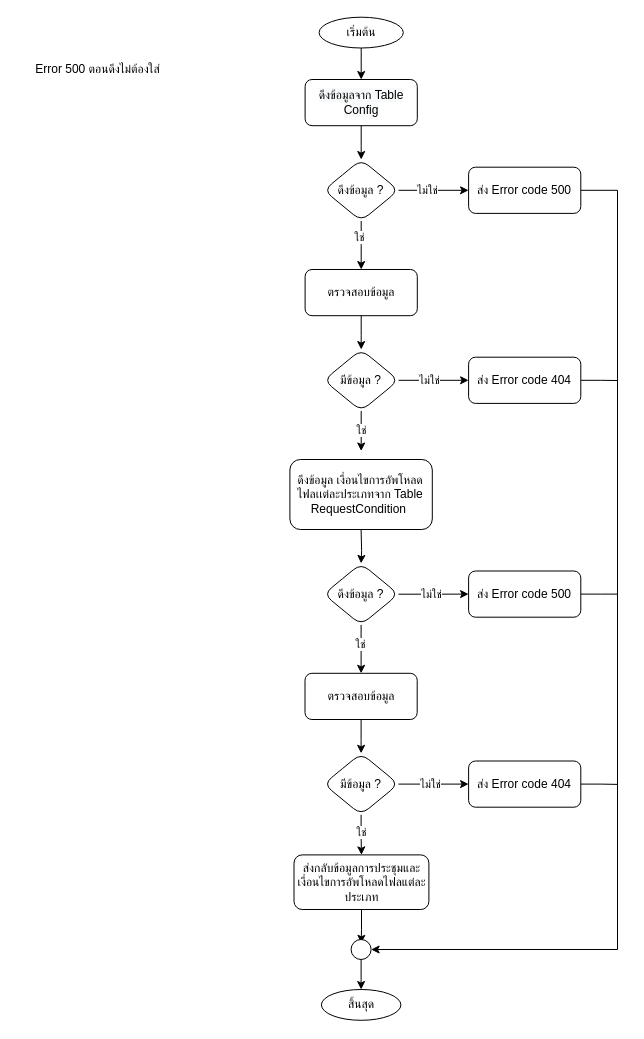
charifrodmanee/charifrodmanee keeps this draw.io diagram as meetingInfo.drawio. Above is the earlier version. Source tidied: cells renumbered, new cells numbered last; positions are measured from the earlier drawing's top-left corner, leaving out a move shared by most shapes. Both pictures are drawn from the tidied source at 100%, with x=0, y=0 at pixel (17, 17).
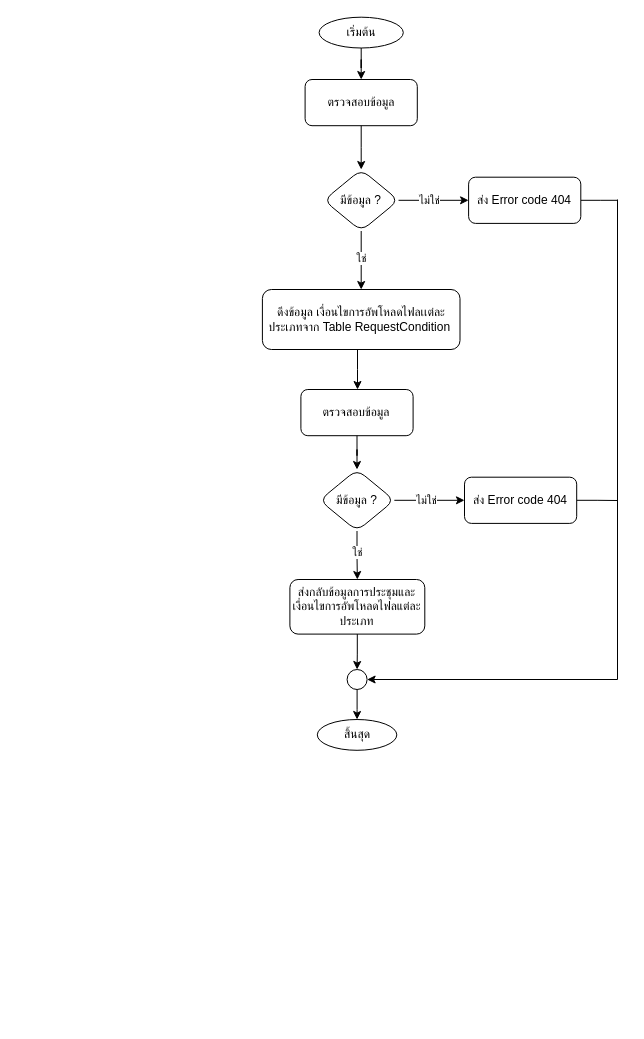
After the change.

Unchanged cells that the change refers to:
```xml
<mxCell id="2" value="เริ่มต้น" style="ellipse;whiteSpace=wrap;html=1;rounded=1;glass=0;strokeWidth=1;shadow=0;" parent="1" vertex="1">
  <mxGeometry x="301.6" y="-0.3" width="84.2" height="30.8" as="geometry" />
</mxCell>
```

Diff of the diagram source:
```diff
@@
+    <mxCell id="45" style="edgeStyle=orthogonalEdgeStyle;rounded=0;jettySize=auto;html=1;endArrow=classic;endFill=1;" parent="1" edge="1" source="2" target="6">
+      <mxGeometry relative="1" as="geometry" />
+    </mxCell>
@@
-    <mxCell id="3" value="&lt;span style=&quot;color: rgb(0, 0, 0); font-family: Helvetica; font-size: 12px; font-style: normal; font-variant-ligatures: normal; font-variant-caps: normal; font-weight: 400; letter-spacing: normal; orphans: 2; text-align: center; text-indent: 0px; text-transform: none; widows: 2; word-spacing: 0px; -webkit-text-stroke-width: 0px; background-color: rgb(248, 249, 250); text-decoration-thickness: initial; text-decoration-style: initial; text-decoration-color: initial; float: none; display: inline !important;&quot;&gt;ดึงข้อมูลจาก Table&lt;/span&gt;&lt;br style=&quot;color: rgb(0, 0, 0); font-family: Helvetica; font-size: 12px; font-style: normal; font-variant-ligatures: normal; font-variant-caps: normal; font-weight: 400; letter-spacing: normal; orphans: 2; text-align: center; text-indent: 0px; text-transform: none; widows: 2; word-spacing: 0px; -webkit-text-stroke-width: 0px; background-color: rgb(248, 249, 250); text-decoration-thickness: initial; text-decoration-style: initial; text-decoration-color: initial;&quot;&gt;&lt;span style=&quot;color: rgb(0, 0, 0); font-family: Helvetica; font-size: 12px; font-style: normal; font-variant-ligatures: normal; font-variant-caps: normal; font-weight: 400; letter-spacing: normal; orphans: 2; text-align: center; text-indent: 0px; text-transform: none; widows: 2; word-spacing: 0px; -webkit-text-stroke-width: 0px; background-color: rgb(248, 249, 250); text-decoration-thickness: initial; text-decoration-style: initial; text-decoration-color: initial; float: none; display: inline !important;&quot;&gt;Config&lt;/span&gt;" style="rounded=1;whiteSpace=wrap;html=1;" parent="1" vertex="1">
-      <mxGeometry x="287.6" y="62" width="112.2" height="46.2" as="geometry" />
-    </mxCell>
-    <mxCell id="4" style="edgeStyle=orthogonalEdgeStyle;rounded=0;jettySize=auto;html=1;entryX=0.5;entryY=0;entryDx=0;entryDy=0;" parent="1" edge="1" source="2" target="3">
-      <mxGeometry relative="1" as="geometry" />
-    </mxCell>
-    <mxCell id="5" value="ส่ง Error code 500" style="whiteSpace=wrap;html=1;rounded=1;" parent="1" vertex="1">
-      <mxGeometry x="451.1" y="149.7" width="112.2" height="46.2" as="geometry" />
-    </mxCell>
+    <mxCell id="20" style="edgeStyle=orthogonalEdgeStyle;rounded=0;jettySize=auto;html=1;endArrow=classic;endFill=1;entryX=0.5;entryY=0;entryDx=0;entryDy=0;" parent="1" edge="1" target="41">
+      <mxGeometry relative="1" as="geometry">
+        <mxPoint x="600" y="182" as="sourcePoint" />
+        <Array as="points">
+          <mxPoint x="600" y="662" />
+        </Array>
+      </mxGeometry>
+    </mxCell>
     <mxCell id="6" value="ตรวจสอบข้อมูล" style="whiteSpace=wrap;html=1;rounded=1;" parent="1" vertex="1">
-      <mxGeometry x="287.6" y="252" width="112.2" height="46.2" as="geometry" />
+      <mxGeometry x="287.6" y="62" width="112.2" height="46.2" as="geometry" />
     </mxCell>
-    <mxCell id="7" style="edgeStyle=orthogonalEdgeStyle;rounded=0;jettySize=auto;html=1;entryX=0;entryY=0.5;entryDx=0;entryDy=0;endArrow=classic;endFill=1;" parent="1" edge="1" source="11" target="5">
-      <mxGeometry relative="1" as="geometry" />
-    </mxCell>
-    <mxCell id="8" value="ไม่ใช่" style="edgeLabel;html=1;align=center;verticalAlign=middle;" parent="7" vertex="1">
-      <mxGeometry x="-0.2" relative="1" as="geometry" />
-    </mxCell>
-    <mxCell id="9" style="edgeStyle=orthogonalEdgeStyle;rounded=0;jettySize=auto;html=1;endArrow=classic;endFill=1;" parent="1" edge="1" source="11" target="6">
-      <mxGeometry relative="1" as="geometry" />
-    </mxCell>
-    <mxCell id="10" value="ใช่" style="edgeLabel;html=1;align=center;verticalAlign=middle;" parent="9" vertex="1">
-      <mxGeometry x="-0.36" y="-2" relative="1" as="geometry" />
-    </mxCell>
-    <mxCell id="11" value="ดึงข้อมูล ?" style="rhombus;whiteSpace=wrap;html=1;rounded=1;" parent="1" vertex="1">
-      <mxGeometry x="306.3" y="142" width="74.8" height="61.5" as="geometry" />
-    </mxCell>
-    <mxCell id="12" style="edgeStyle=orthogonalEdgeStyle;rounded=0;jettySize=auto;html=1;endArrow=classic;endFill=1;" parent="1" edge="1" source="3" target="11">
-      <mxGeometry relative="1" as="geometry" />
-    </mxCell>
+    <mxCell id="15" value="มีข้อมูล ?" style="rhombus;whiteSpace=wrap;html=1;rounded=1;" parent="1" vertex="1">
+      <mxGeometry x="306.3" y="152" width="74.8" height="61.5" as="geometry" />
+    </mxCell>
+    <mxCell id="16" style="edgeStyle=orthogonalEdgeStyle;rounded=0;jettySize=auto;html=1;endArrow=classic;endFill=1;" parent="1" edge="1" source="6" target="15">
+      <mxGeometry relative="1" as="geometry" />
+    </mxCell>
+    <mxCell id="46" style="edgeStyle=orthogonalEdgeStyle;rounded=0;jettySize=auto;html=1;endArrow=none;endFill=0;" parent="1" edge="1" source="18">
+      <mxGeometry relative="1" as="geometry">
+        <mxPoint x="600" y="182.8" as="targetPoint" />
+      </mxGeometry>
+    </mxCell>
+    <mxCell id="18" value="ส่ง Error code 404" style="whiteSpace=wrap;html=1;rounded=1;" parent="1" vertex="1">
+      <mxGeometry x="451.1" y="159.7" width="112.2" height="46.2" as="geometry" />
+    </mxCell>
@@
-    <mxCell id="15" value="มีข้อมูล ?" style="rhombus;whiteSpace=wrap;html=1;rounded=1;" parent="1" vertex="1">
-      <mxGeometry x="306.3" y="332" width="74.8" height="61.5" as="geometry" />
-    </mxCell>
-    <mxCell id="16" style="edgeStyle=orthogonalEdgeStyle;rounded=0;jettySize=auto;html=1;endArrow=classic;endFill=1;" parent="1" edge="1" source="6" target="15">
-      <mxGeometry relative="1" as="geometry" />
-    </mxCell>
-    <mxCell id="17" style="edgeStyle=orthogonalEdgeStyle;rounded=0;jettySize=auto;html=1;endArrow=none;endFill=0;" parent="1" edge="1" source="18">
-      <mxGeometry relative="1" as="geometry">
-        <mxPoint x="600" y="363" as="targetPoint" />
-      </mxGeometry>
-    </mxCell>
-    <mxCell id="18" value="ส่ง Error code 404" style="whiteSpace=wrap;html=1;rounded=1;" parent="1" vertex="1">
-      <mxGeometry x="451.1" y="339.7" width="112.2" height="46.2" as="geometry" />
-    </mxCell>
-    <mxCell id="19" value="ใช่" style="edgeStyle=orthogonalEdgeStyle;rounded=0;jettySize=auto;html=1;endArrow=classic;endFill=1;entryX=0.5;entryY=0;entryDx=0;entryDy=0;" parent="1" edge="1" source="15">
-      <mxGeometry x="-0.08" relative="1" as="geometry">
-        <mxPoint x="343.7" y="433.5" as="targetPoint" />
-      </mxGeometry>
+    <mxCell id="19" value="ใช่" style="edgeStyle=orthogonalEdgeStyle;rounded=0;jettySize=auto;html=1;endArrow=classic;endFill=1;" parent="1" edge="1" source="15" target="21">
+      <mxGeometry x="-0.08" relative="1" as="geometry" />
     </mxCell>
-    <mxCell id="20" style="edgeStyle=orthogonalEdgeStyle;rounded=0;jettySize=auto;html=1;endArrow=classic;endFill=1;" parent="1" edge="1" source="5" target="41">
-      <mxGeometry relative="1" as="geometry">
-        <Array as="points">
-          <mxPoint x="600" y="173" />
-          <mxPoint x="600" y="932" />
-        </Array>
-      </mxGeometry>
-    </mxCell>
+    <mxCell id="47" style="edgeStyle=orthogonalEdgeStyle;rounded=0;jettySize=auto;html=1;endArrow=classic;endFill=1;" parent="1" edge="1" source="21" target="24">
+      <mxGeometry relative="1" as="geometry">
+        <Array as="points">
+          <mxPoint x="340" y="352" />
+          <mxPoint x="340" y="352" />
+        </Array>
+      </mxGeometry>
+    </mxCell>
-    <mxCell id="21" value="ดึงข้อมูล เงื่อนไขการอัพโหลดไฟลเเต่ละประเภทจาก Table&lt;br&gt;RequestCondition&amp;nbsp;" style="whiteSpace=wrap;html=1;rounded=1;" parent="1" vertex="1">
-      <mxGeometry x="272.4" y="442" width="142.4" height="70" as="geometry" />
+    <mxCell id="21" value="ดึงข้อมูล เงื่อนไขการอัพโหลดไฟลเเต่ละประเภทจาก Table RequestCondition&amp;nbsp;" style="whiteSpace=wrap;html=1;rounded=1;" parent="1" vertex="1">
+      <mxGeometry x="244.9" y="272" width="197.6" height="60" as="geometry" />
     </mxCell>
-    <mxCell id="22" style="edgeStyle=orthogonalEdgeStyle;rounded=0;jettySize=auto;html=1;endArrow=none;endFill=0;" parent="1" edge="1" source="23">
-      <mxGeometry relative="1" as="geometry">
-        <mxPoint x="600" y="576.6" as="targetPoint" />
-      </mxGeometry>
-    </mxCell>
-    <mxCell id="23" value="ส่ง Error code 500" style="whiteSpace=wrap;html=1;rounded=1;" parent="1" vertex="1">
-      <mxGeometry x="451.1" y="553.5" width="112.2" height="46.2" as="geometry" />
-    </mxCell>
     <mxCell id="24" value="ตรวจสอบข้อมูล" style="whiteSpace=wrap;html=1;rounded=1;" parent="1" vertex="1">
-      <mxGeometry x="287.5" y="655.8" width="112.2" height="46.2" as="geometry" />
+      <mxGeometry x="283.4" y="372" width="112.2" height="46.2" as="geometry" />
     </mxCell>
-    <mxCell id="25" style="edgeStyle=orthogonalEdgeStyle;rounded=0;jettySize=auto;html=1;entryX=0;entryY=0.5;entryDx=0;entryDy=0;endArrow=classic;endFill=1;" parent="1" edge="1" source="29" target="23">
-      <mxGeometry relative="1" as="geometry" />
-    </mxCell>
-    <mxCell id="26" value="ไม่ใช่" style="edgeLabel;html=1;align=center;verticalAlign=middle;" parent="25" vertex="1">
-      <mxGeometry x="-0.06" relative="1" as="geometry" />
-    </mxCell>
-    <mxCell id="27" style="edgeStyle=orthogonalEdgeStyle;rounded=0;jettySize=auto;html=1;endArrow=classic;endFill=1;" parent="1" edge="1" source="29" target="24">
-      <mxGeometry relative="1" as="geometry" />
-    </mxCell>
-    <mxCell id="28" value="ใช่" style="edgeLabel;html=1;align=center;verticalAlign=middle;" parent="27" vertex="1">
-      <mxGeometry x="-0.21" y="-1" relative="1" as="geometry" />
-    </mxCell>
-    <mxCell id="29" value="ดึงข้อมูล ?" style="rhombus;whiteSpace=wrap;html=1;rounded=1;" parent="1" vertex="1">
-      <mxGeometry x="306.2" y="545.9" width="74.8" height="61.5" as="geometry" />
-    </mxCell>
-    <mxCell id="30" style="edgeStyle=orthogonalEdgeStyle;rounded=0;jettySize=auto;html=1;endArrow=classic;endFill=1;" parent="1" edge="1" target="29">
-      <mxGeometry relative="1" as="geometry">
-        <mxPoint x="343.6" y="512" as="sourcePoint" />
-      </mxGeometry>
-    </mxCell>
     <mxCell id="31" value="มีข้อมูล ?" style="rhombus;whiteSpace=wrap;html=1;rounded=1;" parent="1" vertex="1">
-      <mxGeometry x="306.2" y="735.8" width="74.8" height="61.5" as="geometry" />
+      <mxGeometry x="302.1" y="452" width="74.8" height="61.5" as="geometry" />
     </mxCell>
@@
     <mxCell id="33" style="edgeStyle=orthogonalEdgeStyle;rounded=0;jettySize=auto;html=1;endArrow=none;endFill=0;" parent="1" edge="1" source="34">
       <mxGeometry relative="1" as="geometry">
-        <mxPoint x="600" y="766.9" as="targetPoint" />
+        <mxPoint x="600" y="483" as="targetPoint" />
       </mxGeometry>
     </mxCell>
     <mxCell id="34" value="ส่ง Error code 404" style="whiteSpace=wrap;html=1;rounded=1;" parent="1" vertex="1">
-      <mxGeometry x="451.1" y="743.5" width="112.2" height="46.2" as="geometry" />
+      <mxGeometry x="447" y="459.7" width="112.2" height="46.2" as="geometry" />
     </mxCell>
@@
     <mxCell id="37" value="ส่งกลับข้อมูลการประชุมและเงื่อนไขการอัพโหลดไฟลแต่ละประเภท" style="whiteSpace=wrap;html=1;rounded=1;" parent="1" vertex="1">
-      <mxGeometry x="276.5" y="837.4" width="134.9" height="54.6" as="geometry" />
+      <mxGeometry x="272.4" y="562" width="134.9" height="54.6" as="geometry" />
     </mxCell>
@@
-    <mxCell id="40" style="edgeStyle=orthogonalEdgeStyle;rounded=0;jettySize=auto;html=1;" parent="1" edge="1" source="37">
-      <mxGeometry relative="1" as="geometry">
-        <mxPoint x="343.7" y="925.8" as="targetPoint" />
-      </mxGeometry>
+    <mxCell id="40" style="edgeStyle=orthogonalEdgeStyle;rounded=0;jettySize=auto;html=1;entryX=0;entryY=0.5;entryDx=0;entryDy=0;" parent="1" edge="1" source="37" target="41">
+      <mxGeometry relative="1" as="geometry" />
     </mxCell>
-    <mxCell id="41" style="ellipse;whiteSpace=wrap;html=1;" parent="1" vertex="1">
-      <mxGeometry x="333.6" y="922" width="20" height="20" as="geometry" />
+    <mxCell id="41" style="ellipse;whiteSpace=wrap;html=1;direction=south;" parent="1" vertex="1">
+      <mxGeometry x="329.6" y="652" width="20" height="20" as="geometry" />
     </mxCell>
     <mxCell id="42" value="สิ้นสุด" style="ellipse;whiteSpace=wrap;html=1;rounded=1;glass=0;strokeWidth=1;shadow=0;" parent="1" vertex="1">
-      <mxGeometry x="303.9" y="972" width="79.5" height="30.8" as="geometry" />
+      <mxGeometry x="299.8" y="702" width="79.5" height="30.8" as="geometry" />
     </mxCell>
@@
-    <mxCell id="44" value="Error 500 ตอนดึงไม่ต้องใส่" style="text;html=1;align=center;verticalAlign=middle;strokeColor=none;fillColor=none;" parent="1" vertex="1">
-      <mxGeometry y="37" width="160" height="30" as="geometry" />
-    </mxCell>
```
